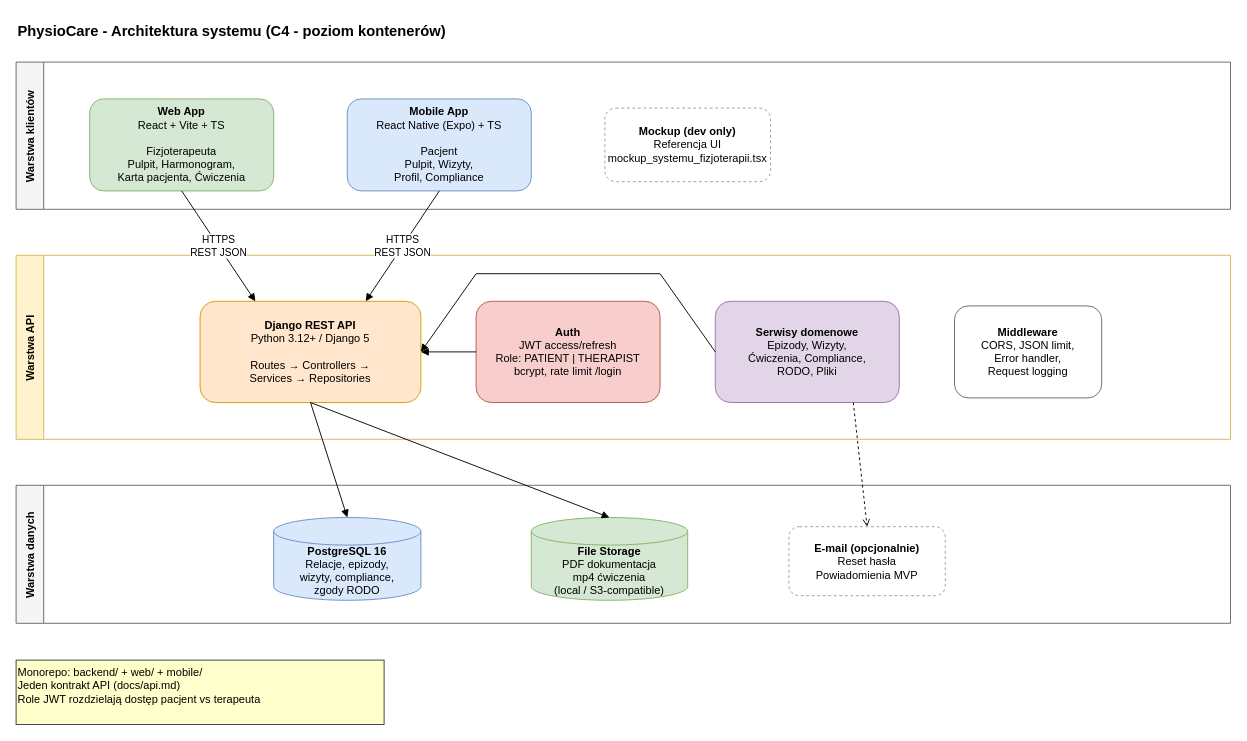
kacperszczudlo/PhysioCare keeps this draw.io diagram as docs/diagrams/architecture.drawio. Above is the earlier version. Source tidied: cells renumbered, new cells numbered last; positions are measured from the earlier drawing's top-left corner, leaving out a move shared by most shapes. Both pictures are drawn from the tidied source at 92%, with x=0, y=0 at pixel (16, 16).
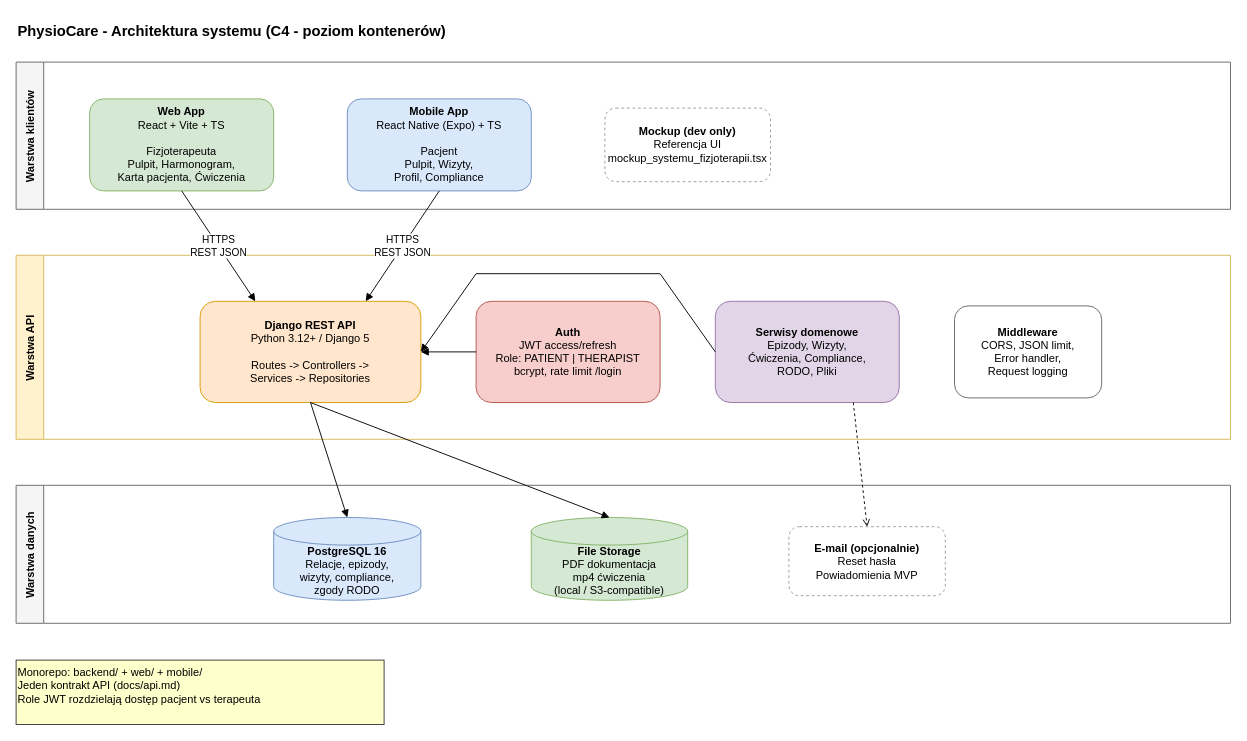
The same page after the edit.

The change refers to these unchanged cells:
```xml
<mxCell id="7" value="Warstwa API" style="swimlane;horizontal=0;startSize=30;fillColor=#fff2cc;strokeColor=#d6b656;fontStyle=1;" parent="1" vertex="1">
  <mxGeometry y="260" width="1320" height="200" as="geometry" />
</mxCell>
```

Change to the diagram source:
```diff
@@
-    <mxCell id="8" value="&lt;b&gt;Django REST API&lt;/b&gt;&lt;br&gt;Python 3.12+ / Django 5&lt;br&gt;&lt;br&gt;Routes → Controllers →&lt;br&gt;Services → Repositories" style="rounded=1;whiteSpace=wrap;html=1;fillColor=#ffe6cc;strokeColor=#d79b00;" parent="7" vertex="1">
+    <mxCell id="8" value="&lt;b&gt;Django REST API&lt;/b&gt;&lt;br&gt;Python 3.12+ / Django 5&lt;br&gt;&lt;br&gt;Routes -&gt; Controllers -&gt;&lt;br&gt;Services -&gt; Repositories" style="rounded=1;whiteSpace=wrap;html=1;fillColor=#ffe6cc;strokeColor=#d79b00;" parent="7" vertex="1">
       <mxGeometry x="200" y="50" width="240" height="110" as="geometry" />
     </mxCell>
```
